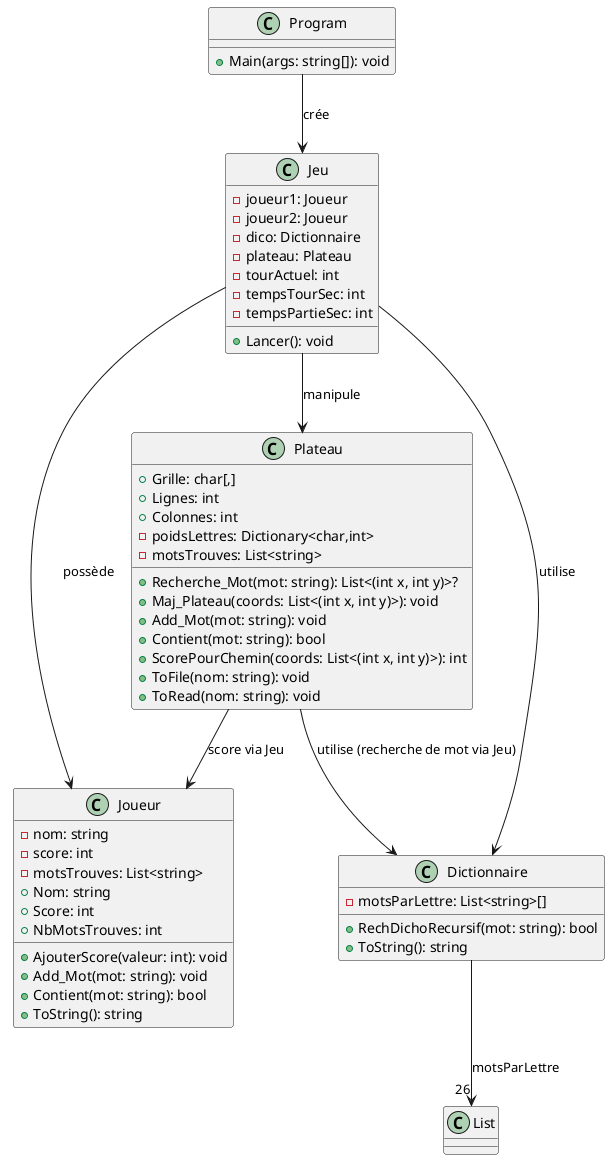
Above: uml.png in 893stefan/MotsGlisses (PlantUML), before the change. Its diagram source:
```plantuml
@startuml

class Program {
  +Main(args: string[]): void
}

class Jeu {
  -joueur1: Joueur
  -joueur2: Joueur
  -dico: Dictionnaire
  -plateau: Plateau
  -tourActuel: int
  -tempsTourSec: int
  -tempsPartieSec: int
  +Lancer(): void
}

class Joueur {
  -nom: string
  -score: int
  -motsTrouves: List<string>
  +Nom: string
  +Score: int
  +NbMotsTrouves: int
  +AjouterScore(valeur: int): void
  +Add_Mot(mot: string): void
  +Contient(mot: string): bool
  +ToString(): string
}

class Dictionnaire {
  -motsParLettre: List<string>[]
  +RechDichoRecursif(mot: string): bool
  +ToString(): string
}

class Plateau {
  +Grille: char[,]
  +Lignes: int
  +Colonnes: int
  -poidsLettres: Dictionary<char,int>
  -motsTrouves: List<string>
  +Recherche_Mot(mot: string): List<(int x, int y)>?
  +Maj_Plateau(coords: List<(int x, int y)>): void
  +Add_Mot(mot: string): void
  +Contient(mot: string): bool
  +ScorePourChemin(coords: List<(int x, int y)>): int
  +ToFile(nom: string): void
  +ToRead(nom: string): void
}

Program --> Jeu : crée
Jeu --> Joueur : possède
Jeu --> Dictionnaire : utilise
Jeu --> Plateau : manipule
Dictionnaire --> "26" List : motsParLettre
Plateau --> Dictionnaire : utilise (recherche de mot via Jeu)
Plateau --> Joueur : score via Jeu

@enduml
```
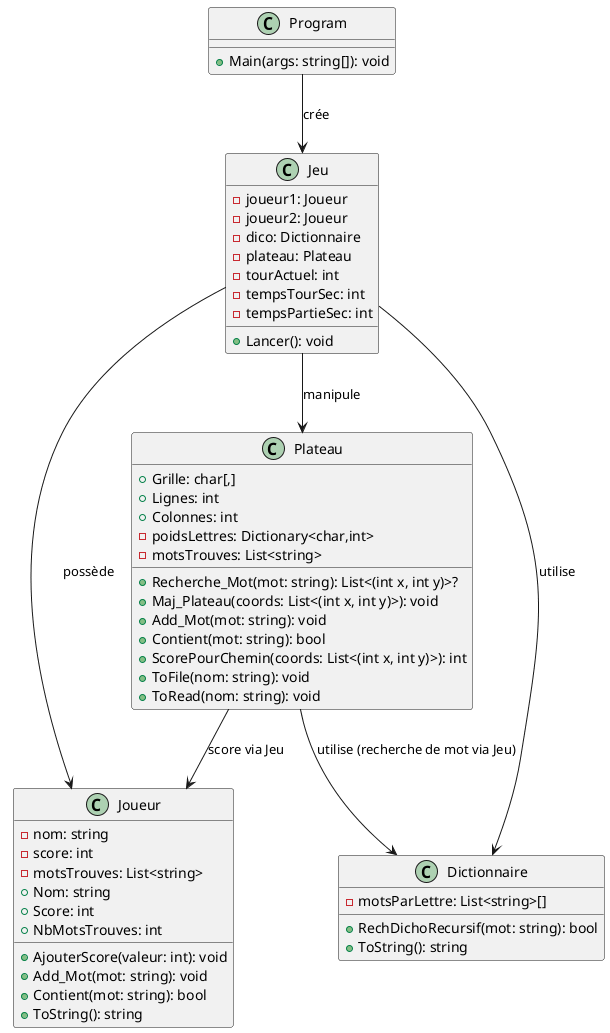
The same file after the commit.

Change to the diagram source:
```diff
@@ -53,7 +53,6 @@
 Jeu --> Joueur : possède
 Jeu --> Dictionnaire : utilise
 Jeu --> Plateau : manipule
-Dictionnaire --> "26" List : motsParLettre
 Plateau --> Dictionnaire : utilise (recherche de mot via Jeu)
 Plateau --> Joueur : score via Jeu
 
```
